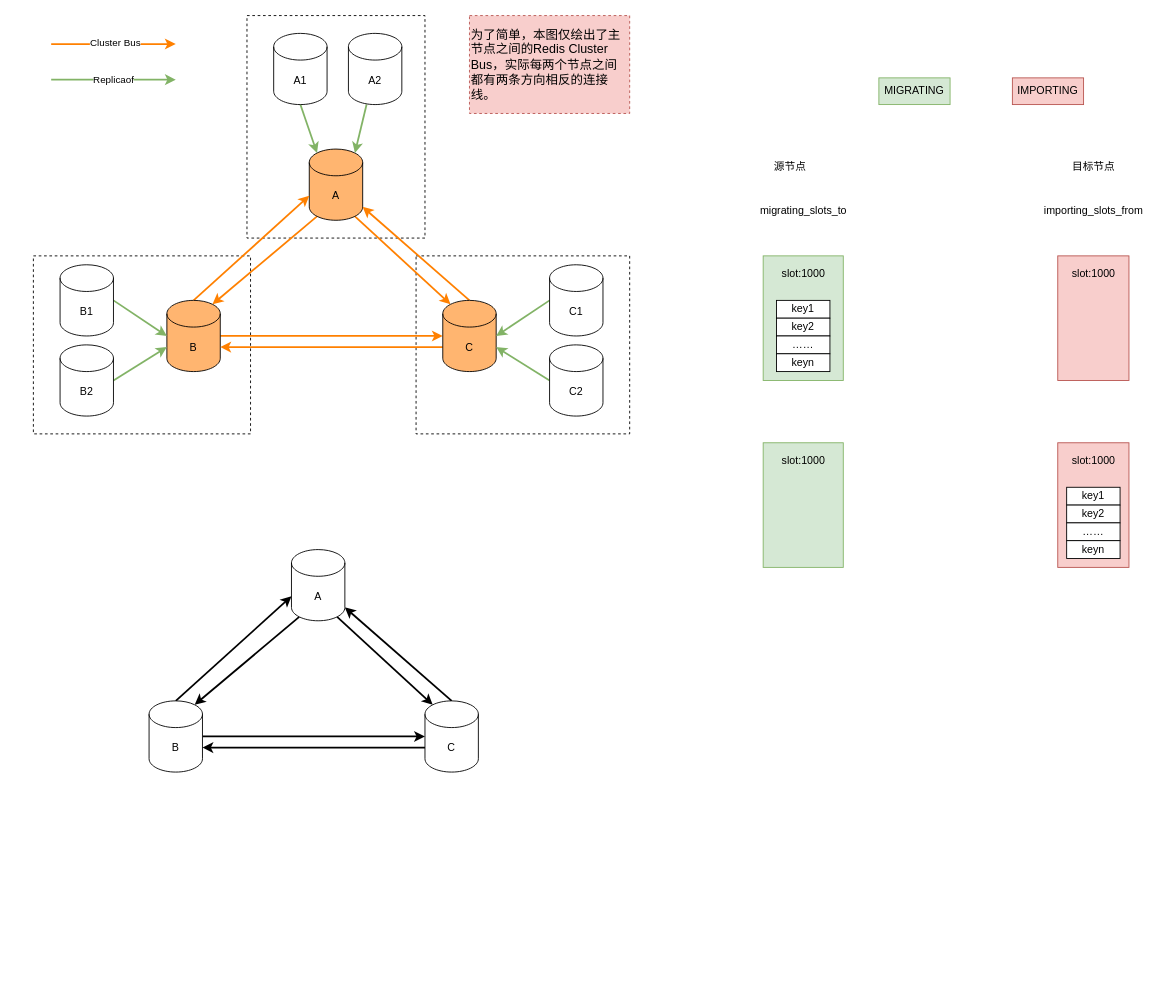
Above: page "Cluster" (6 of 6) of Untitled Diagram.drawio in raysonxin/code-notes (draw.io), before the change. Source tidied: cells renumbered, new cells numbered last; positions are measured from the earlier drawing's top-left corner, leaving out a move shared by most shapes. Both pictures are drawn from the tidied source at 89%, with x=0, y=0 at pixel (33, 15).
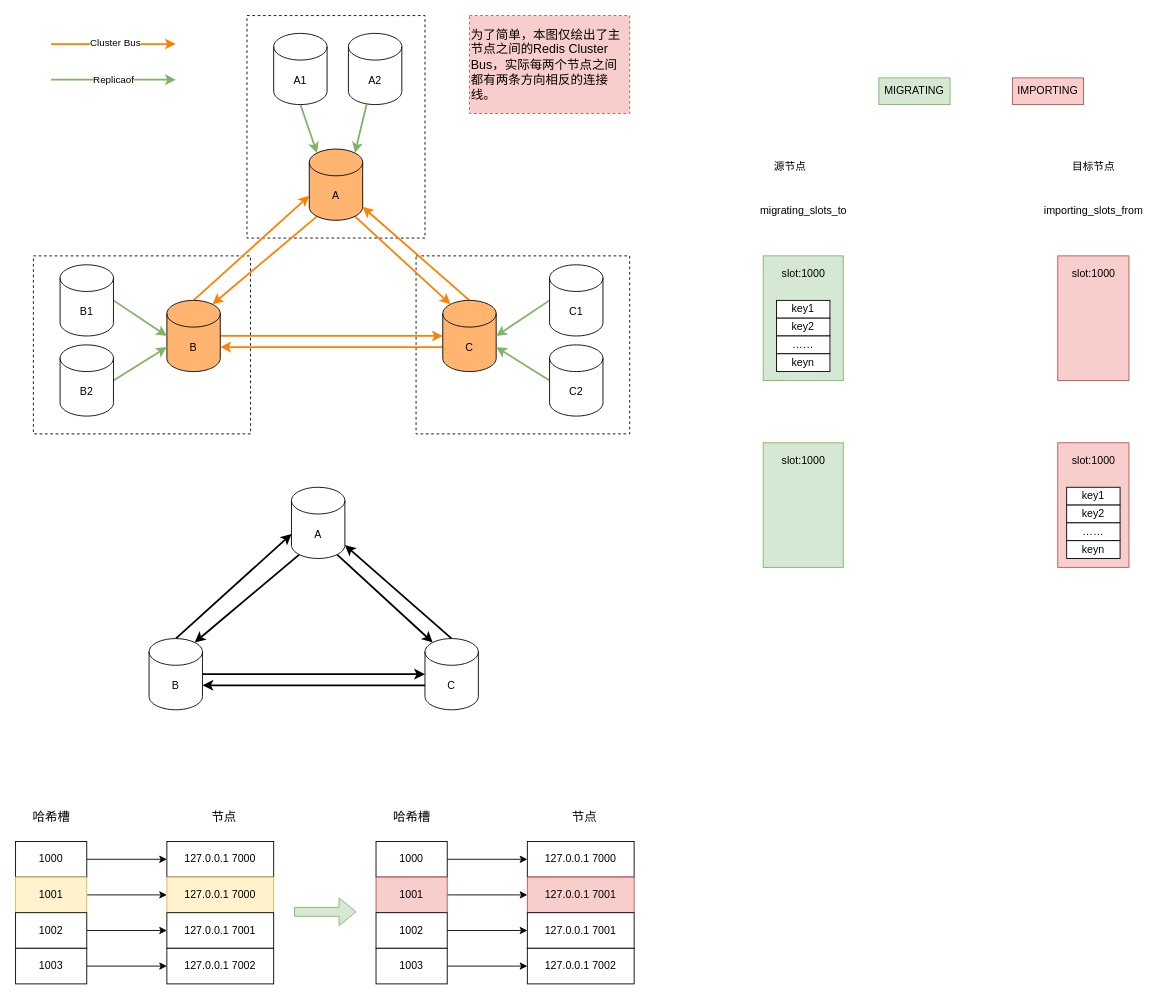
The same page after the edit.

Change to the diagram source:
```diff
@@
     <mxCell id="33" value="A" style="shape=cylinder3;whiteSpace=wrap;html=1;boundedLbl=1;backgroundOutline=1;size=15;" parent="1" vertex="1">
-      <mxGeometry x="290" y="600" width="60" height="80" as="geometry" />
+      <mxGeometry x="290" y="530" width="60" height="80" as="geometry" />
     </mxCell>
@@
     <mxCell id="36" value="B" style="shape=cylinder3;whiteSpace=wrap;html=1;boundedLbl=1;backgroundOutline=1;size=15;" parent="1" vertex="1">
-      <mxGeometry x="130" y="770" width="60" height="80" as="geometry" />
+      <mxGeometry x="130" y="700" width="60" height="80" as="geometry" />
     </mxCell>
@@
     <mxCell id="39" value="C" style="shape=cylinder3;whiteSpace=wrap;html=1;boundedLbl=1;backgroundOutline=1;size=15;" parent="1" vertex="1">
-      <mxGeometry x="440" y="770" width="60" height="80" as="geometry" />
+      <mxGeometry x="440" y="700" width="60" height="80" as="geometry" />
     </mxCell>
     <mxCell id="40" style="edgeStyle=none;rounded=0;orthogonalLoop=1;jettySize=auto;html=1;exitX=1;exitY=0.5;exitDx=0;exitDy=0;strokeWidth=2;" parent="1" edge="1">
       <mxGeometry relative="1" as="geometry">
-        <mxPoint x="224" y="820" as="sourcePoint" />
-        <mxPoint x="224" y="820" as="targetPoint" />
+        <mxPoint x="224" y="750" as="sourcePoint" />
+        <mxPoint x="224" y="750" as="targetPoint" />
       </mxGeometry>
     </mxCell>
@@
+    <mxCell id="63" style="edgeStyle=orthogonalEdgeStyle;rounded=0;jettySize=auto;html=1;" parent="1" edge="1" source="64" target="65">
+      <mxGeometry relative="1" as="geometry" />
+    </mxCell>
+    <mxCell id="64" value="1000" style="rounded=0;whiteSpace=wrap;html=1;" parent="1" vertex="1">
+      <mxGeometry x="-20" y="928" width="80" height="40" as="geometry" />
+    </mxCell>
+    <mxCell id="65" value="127.0.0.1 7000" style="rounded=0;whiteSpace=wrap;html=1;" parent="1" vertex="1">
+      <mxGeometry x="150" y="928" width="120" height="40" as="geometry" />
+    </mxCell>
+    <mxCell id="66" style="edgeStyle=orthogonalEdgeStyle;rounded=0;jettySize=auto;html=1;" parent="1" edge="1" source="67" target="68">
+      <mxGeometry relative="1" as="geometry" />
+    </mxCell>
+    <mxCell id="67" value="1001" style="rounded=0;whiteSpace=wrap;html=1;fillColor=#fff2cc;strokeColor=#d6b656;" parent="1" vertex="1">
+      <mxGeometry x="-20" y="968" width="80" height="40" as="geometry" />
+    </mxCell>
+    <mxCell id="68" value="127.0.0.1 7000" style="rounded=0;whiteSpace=wrap;html=1;fillColor=#fff2cc;strokeColor=#d6b656;" parent="1" vertex="1">
+      <mxGeometry x="150" y="968" width="120" height="40" as="geometry" />
+    </mxCell>
+    <mxCell id="69" style="edgeStyle=orthogonalEdgeStyle;rounded=0;jettySize=auto;html=1;" parent="1" edge="1" source="70" target="71">
+      <mxGeometry relative="1" as="geometry" />
+    </mxCell>
+    <mxCell id="70" value="1002" style="rounded=0;whiteSpace=wrap;html=1;" parent="1" vertex="1">
+      <mxGeometry x="-20" y="1008" width="80" height="40" as="geometry" />
+    </mxCell>
+    <mxCell id="71" value="127.0.0.1 7001" style="rounded=0;whiteSpace=wrap;html=1;" parent="1" vertex="1">
+      <mxGeometry x="150" y="1008" width="120" height="40" as="geometry" />
+    </mxCell>
+    <mxCell id="72" style="edgeStyle=orthogonalEdgeStyle;rounded=0;jettySize=auto;html=1;" parent="1" edge="1" source="73" target="74">
+      <mxGeometry relative="1" as="geometry" />
+    </mxCell>
+    <mxCell id="73" value="1003" style="rounded=0;whiteSpace=wrap;html=1;" parent="1" vertex="1">
+      <mxGeometry x="-20" y="1048" width="80" height="40" as="geometry" />
+    </mxCell>
+    <mxCell id="74" value="127.0.0.1 7002" style="rounded=0;whiteSpace=wrap;html=1;" parent="1" vertex="1">
+      <mxGeometry x="150" y="1048" width="120" height="40" as="geometry" />
+    </mxCell>
+    <mxCell id="75" value="哈希槽" style="text;html=1;align=center;verticalAlign=middle;fontSize=14;" parent="1" vertex="1">
+      <mxGeometry x="-10" y="890" width="60" height="20" as="geometry" />
+    </mxCell>
+    <mxCell id="76" value="节点" style="text;html=1;align=center;verticalAlign=middle;fontSize=14;" parent="1" vertex="1">
+      <mxGeometry x="194" y="890" width="40" height="20" as="geometry" />
+    </mxCell>
+    <mxCell id="77" style="edgeStyle=orthogonalEdgeStyle;rounded=0;jettySize=auto;html=1;" parent="1" edge="1" source="78" target="79">
+      <mxGeometry relative="1" as="geometry" />
+    </mxCell>
+    <mxCell id="78" value="1000" style="rounded=0;whiteSpace=wrap;html=1;" parent="1" vertex="1">
+      <mxGeometry x="385" y="928" width="80" height="40" as="geometry" />
+    </mxCell>
+    <mxCell id="79" value="127.0.0.1 7000" style="rounded=0;whiteSpace=wrap;html=1;" parent="1" vertex="1">
+      <mxGeometry x="555" y="928" width="120" height="40" as="geometry" />
+    </mxCell>
+    <mxCell id="80" style="edgeStyle=orthogonalEdgeStyle;rounded=0;jettySize=auto;html=1;" parent="1" edge="1" source="81" target="82">
+      <mxGeometry relative="1" as="geometry" />
+    </mxCell>
+    <mxCell id="81" value="1001" style="rounded=0;whiteSpace=wrap;html=1;fillColor=#f8cecc;strokeColor=#b85450;" parent="1" vertex="1">
+      <mxGeometry x="385" y="968" width="80" height="40" as="geometry" />
+    </mxCell>
+    <mxCell id="82" value="127.0.0.1 7001" style="rounded=0;whiteSpace=wrap;html=1;fillColor=#f8cecc;strokeColor=#b85450;" parent="1" vertex="1">
+      <mxGeometry x="555" y="968" width="120" height="40" as="geometry" />
+    </mxCell>
+    <mxCell id="83" style="edgeStyle=orthogonalEdgeStyle;rounded=0;jettySize=auto;html=1;" parent="1" edge="1" source="84" target="85">
+      <mxGeometry relative="1" as="geometry" />
+    </mxCell>
+    <mxCell id="84" value="1002" style="rounded=0;whiteSpace=wrap;html=1;" parent="1" vertex="1">
+      <mxGeometry x="385" y="1008" width="80" height="40" as="geometry" />
+    </mxCell>
+    <mxCell id="85" value="127.0.0.1 7001" style="rounded=0;whiteSpace=wrap;html=1;" parent="1" vertex="1">
+      <mxGeometry x="555" y="1008" width="120" height="40" as="geometry" />
+    </mxCell>
+    <mxCell id="86" style="edgeStyle=orthogonalEdgeStyle;rounded=0;jettySize=auto;html=1;" parent="1" edge="1" source="87" target="88">
+      <mxGeometry relative="1" as="geometry" />
+    </mxCell>
+    <mxCell id="87" value="1003" style="rounded=0;whiteSpace=wrap;html=1;" parent="1" vertex="1">
+      <mxGeometry x="385" y="1048" width="80" height="40" as="geometry" />
+    </mxCell>
+    <mxCell id="88" value="127.0.0.1 7002" style="rounded=0;whiteSpace=wrap;html=1;" parent="1" vertex="1">
+      <mxGeometry x="555" y="1048" width="120" height="40" as="geometry" />
+    </mxCell>
+    <mxCell id="89" value="哈希槽" style="text;html=1;align=center;verticalAlign=middle;fontSize=14;" parent="1" vertex="1">
+      <mxGeometry x="395" y="890" width="60" height="20" as="geometry" />
+    </mxCell>
+    <mxCell id="90" value="节点" style="text;html=1;align=center;verticalAlign=middle;fontSize=14;" parent="1" vertex="1">
+      <mxGeometry x="599" y="890" width="40" height="20" as="geometry" />
+    </mxCell>
+    <mxCell id="91" style="shape=flexArrow;endArrow=classic;html=1;fontSize=14;fillColor=#d5e8d4;strokeColor=#82b366;" parent="1" edge="1">
+      <mxGeometry relative="1" as="geometry">
+        <mxPoint x="293" y="1007" as="sourcePoint" />
+        <mxPoint x="363" y="1007" as="targetPoint" />
+      </mxGeometry>
+    </mxCell>
```
